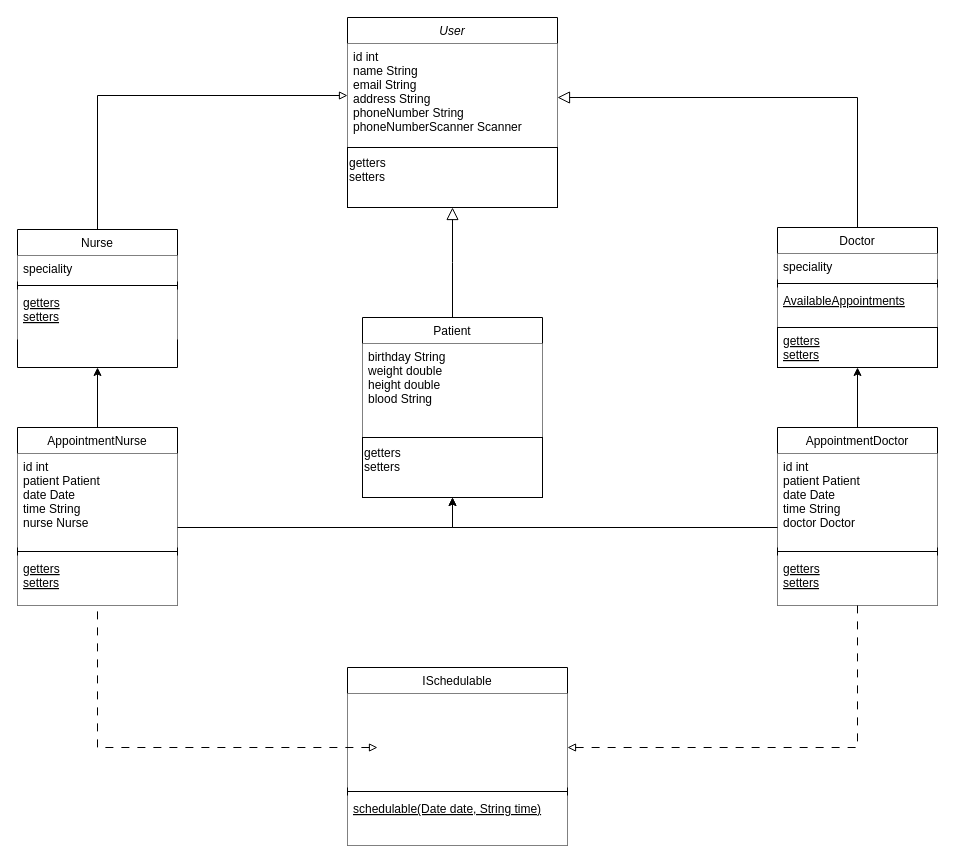
Above: Diagrama sin título.drawio in marcelete/com.javaplatziproject.ar (draw.io), before the change. Source tidied: cells renumbered, new cells numbered last; positions are measured from the earlier drawing's top-left corner, leaving out a move shared by most shapes. Both pictures are drawn from the tidied source at 100%, with x=0, y=0 at pixel (17, 17).
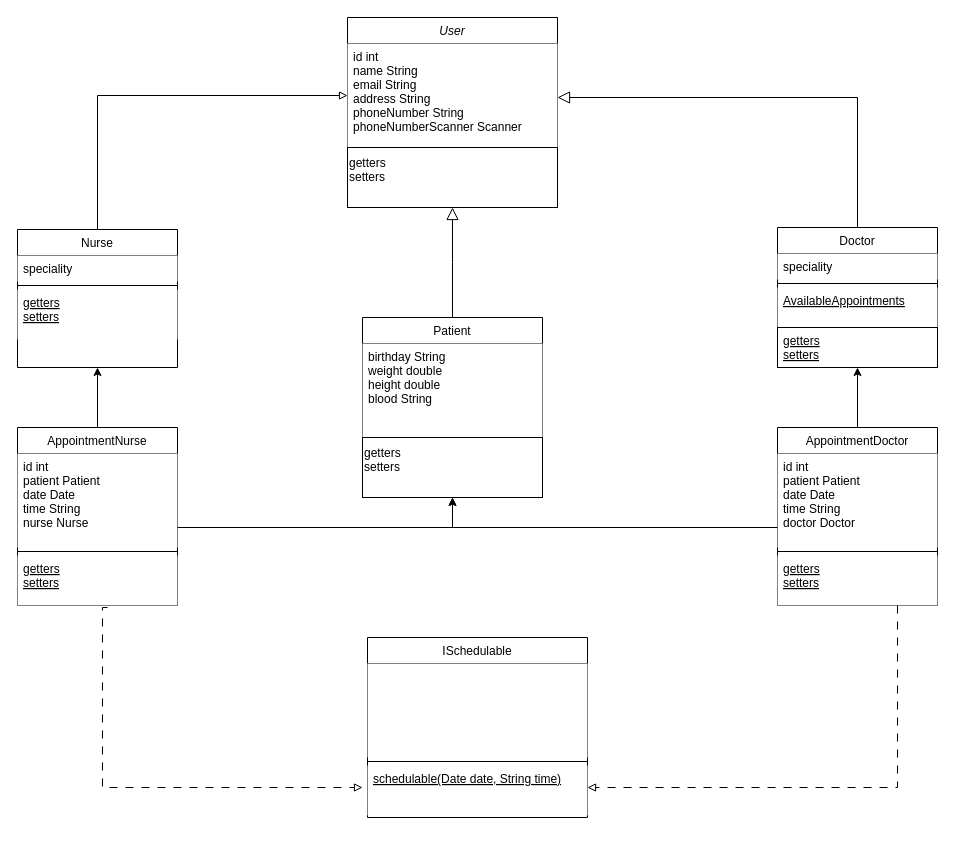
Above is the later version.

The change refers to these unchanged cells:
```xml
<mxCell id="21" value="AppointmentNurse" style="swimlane;fontStyle=0;align=center;verticalAlign=top;horizontal=1;startSize=26;rounded=0;shadow=0;strokeWidth=1;" parent="1" vertex="1">
  <mxGeometry y="410" width="160" height="178" as="geometry" />
</mxCell>
<mxCell id="26" value="AppointmentDoctor" style="swimlane;fontStyle=0;align=center;verticalAlign=top;horizontal=1;startSize=26;rounded=0;shadow=0;strokeWidth=1;" parent="1" vertex="1">
  <mxGeometry x="760" y="410" width="160" height="178" as="geometry" />
</mxCell>
<mxCell id="29" value="getters&#10;setters&#10;" style="text;align=left;verticalAlign=top;spacingLeft=4;spacingRight=4;overflow=hidden;points=[[0,0.5],[1,0.5]];portConstraint=eastwest;fontStyle=4;fillColor=default;" parent="26" vertex="1">
  <mxGeometry y="128" width="160" height="50" as="geometry" />
</mxCell>
<mxCell id="31" style="text;align=left;verticalAlign=top;spacingLeft=4;spacingRight=4;overflow=hidden;points=[[0,0.5],[1,0.5]];portConstraint=eastwest;fillColor=default;" parent="30" vertex="1">
  <mxGeometry y="26" width="220" height="94" as="geometry" />
</mxCell>
```

Diff of the diagram source:
```diff
@@
     <mxCell id="30" value="ISchedulable" style="swimlane;fontStyle=0;align=center;verticalAlign=top;horizontal=1;startSize=26;rounded=0;shadow=0;strokeWidth=1;" parent="1" vertex="1">
-      <mxGeometry x="330" y="650" width="220" height="178" as="geometry" />
+      <mxGeometry x="350" y="620" width="220" height="180" as="geometry" />
     </mxCell>
@@
-    <mxCell id="34" style="edgeStyle=orthogonalEdgeStyle;rounded=0;jettySize=auto;html=1;startArrow=block;startFill=0;dashed=1;dashPattern=8 8;endArrow=none;endFill=0;" parent="1" edge="1" source="31" target="29">
-      <mxGeometry relative="1" as="geometry">
-        <Array as="points">
-          <mxPoint x="840" y="730" />
-        </Array>
-      </mxGeometry>
-    </mxCell>
-    <mxCell id="35" style="edgeStyle=orthogonalEdgeStyle;rounded=0;jettySize=auto;html=1;startArrow=block;startFill=0;dashed=1;dashPattern=8 8;endArrow=none;endFill=0;entryX=0.5;entryY=1;entryDx=0;entryDy=0;" parent="1" edge="1" target="21">
+    <mxCell id="35" style="edgeStyle=orthogonalEdgeStyle;rounded=0;orthogonalLoop=1;jettySize=auto;html=1;startArrow=none;startFill=0;dashed=1;dashPattern=8 8;endArrow=block;endFill=0;" parent="1" edge="1">
       <mxGeometry relative="1" as="geometry">
-        <mxPoint x="360" y="730" as="sourcePoint" />
+        <mxPoint x="90" y="590" as="sourcePoint" />
+        <mxPoint x="345" y="770" as="targetPoint" />
         <Array as="points">
-          <mxPoint x="80" y="730" />
+          <mxPoint x="85" y="770" />
         </Array>
       </mxGeometry>
     </mxCell>
@@
+    <mxCell id="34" style="edgeStyle=orthogonalEdgeStyle;rounded=0;jettySize=auto;html=1;startArrow=none;startFill=0;dashed=1;dashPattern=8 8;endArrow=block;endFill=0;exitX=0.75;exitY=1;exitDx=0;exitDy=0;" parent="1" edge="1" source="26">
+      <mxGeometry relative="1" as="geometry">
+        <mxPoint x="570" y="770" as="targetPoint" />
+        <Array as="points">
+          <mxPoint x="880" y="770" />
+          <mxPoint x="570" y="770" />
+        </Array>
+      </mxGeometry>
+    </mxCell>
```
